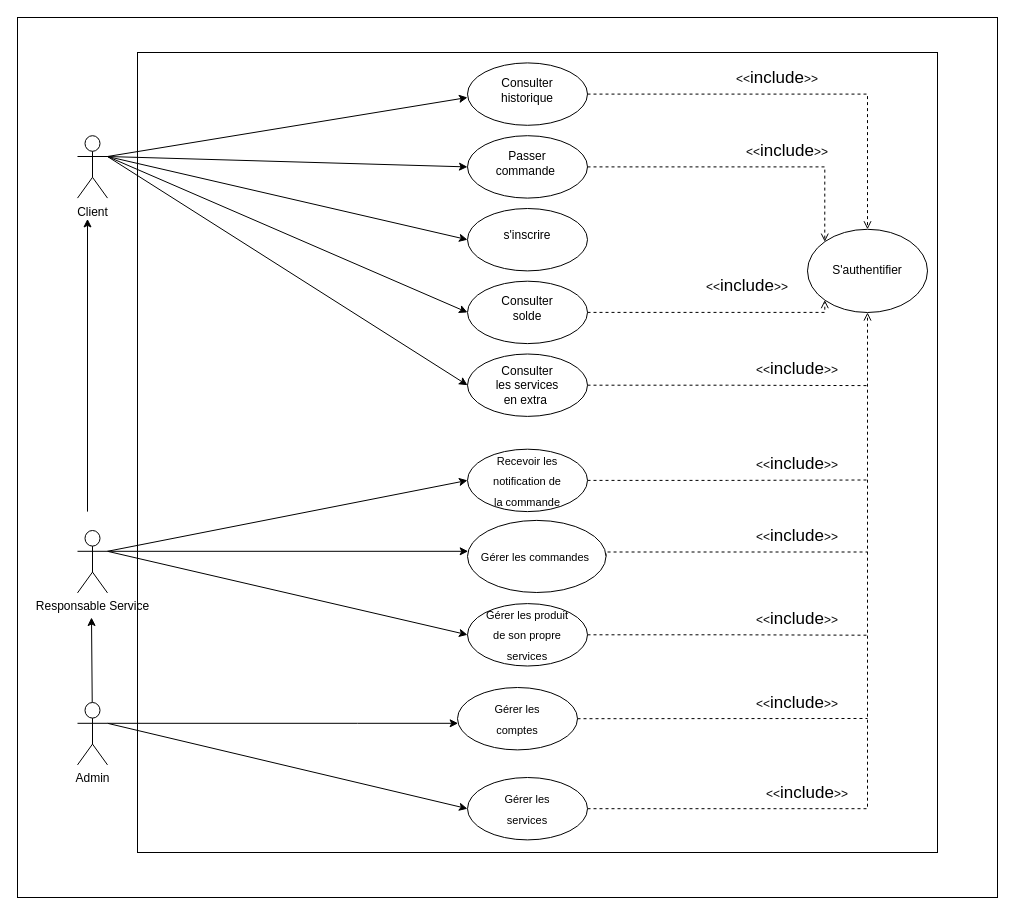
This is Diagramme sans nom.drawio from labidimahdi/diagrams, a draw.io file, before an edit. Source tidied: cells renumbered, new cells numbered last; positions are measured from the earlier drawing's top-left corner, leaving out a move shared by most shapes. Both pictures are drawn from the tidied source at 100%, with x=0, y=0 at pixel (17, 17).
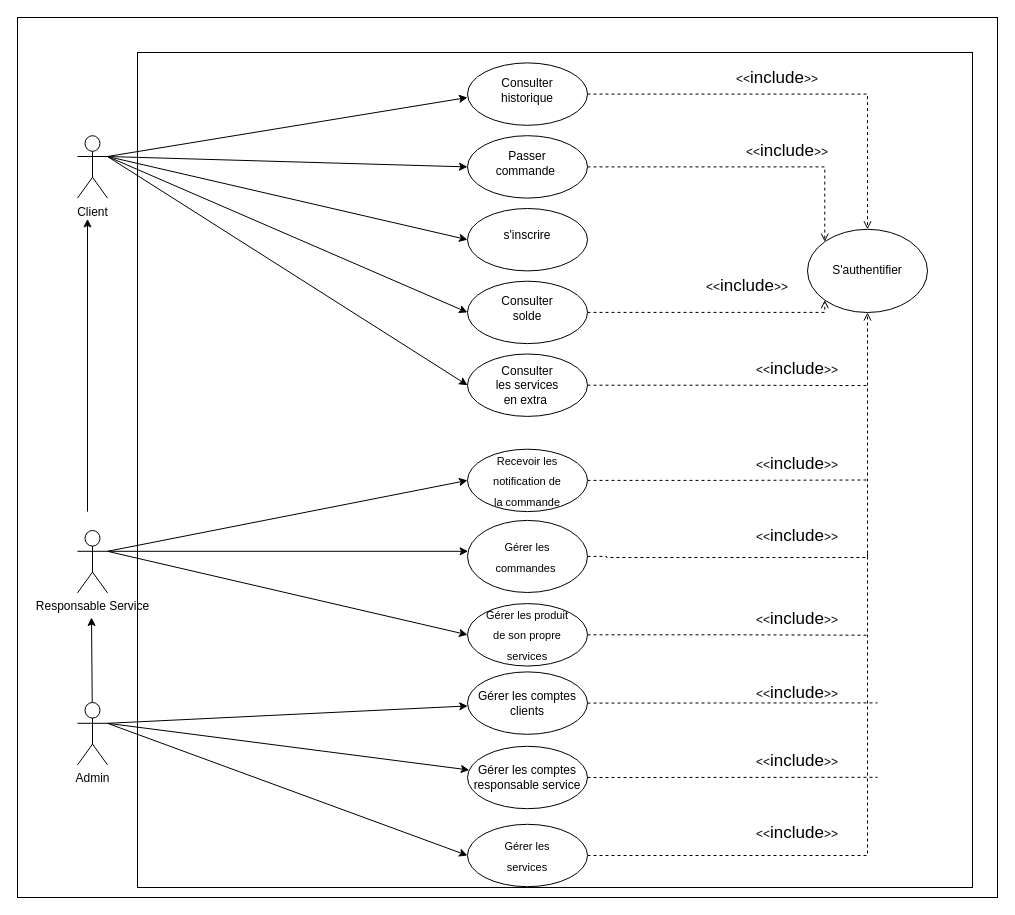
Above is the later version.

Commit message:
Mettre à jour Diagramme sans nom.drawio

The change refers to these unchanged cells:
```xml
<mxCell id="75" value="Admin" style="shape=umlActor;verticalLabelPosition=bottom;verticalAlign=top;html=1;outlineConnect=0;fontSize=12;" parent="1" vertex="1">
  <mxGeometry x="60" y="685" width="30" height="62.4" as="geometry" />
</mxCell>
```

Change to the diagram source:
```diff
@@
     <mxCell id="3" style="whiteSpace=wrap;html=1;" parent="1" vertex="1">
-      <mxGeometry x="120" y="35" width="800" height="800" as="geometry" />
+      <mxGeometry x="120" y="35" width="835" height="835" as="geometry" />
     </mxCell>
@@
     <mxCell id="42" style="edgeStyle=orthogonalEdgeStyle;rounded=0;jettySize=auto;html=1;exitX=1;exitY=0.5;exitDx=0;exitDy=0;dashed=1;fontSize=12;endArrow=none;endFill=0;" parent="1" edge="1" source="60">
       <mxGeometry relative="1" as="geometry">
         <mxPoint x="850" y="534.5" as="targetPoint" />
         <Array as="points">
-          <mxPoint x="589" y="534" />
+          <mxPoint x="589" y="539" />
+          <mxPoint x="850" y="540" />
         </Array>
       </mxGeometry>
     </mxCell>
@@
     <mxCell id="55" value="&amp;lt;&amp;lt;&lt;font style=&quot;font-size: 17px;&quot;&gt;include&lt;/font&gt;&amp;gt;&amp;gt;" style="text;html=1;strokeColor=none;fillColor=none;align=center;verticalAlign=middle;whiteSpace=wrap;rounded=0;fontSize=12;" parent="1" vertex="1">
-      <mxGeometry x="750" y="670" width="60" height="31.2" as="geometry" />
+      <mxGeometry x="750" y="660" width="60" height="31.2" as="geometry" />
     </mxCell>
@@
     <mxCell id="59" style="group;" parent="1" vertex="1">
-      <mxGeometry x="450" y="502.9" width="150" height="72.1" as="geometry" />
+      <mxGeometry x="450" y="502.9" width="130" height="72.1" as="geometry" />
     </mxCell>
     <mxCell id="60" style="ellipse;whiteSpace=wrap;html=1;" parent="59" vertex="1">
-      <mxGeometry width="138.5" height="72.1" as="geometry" />
+      <mxGeometry width="120" height="72.1" as="geometry" />
     </mxCell>
     <mxCell id="61" value="&lt;font style=&quot;font-size: 11px;&quot;&gt;Gérer les commandes&amp;nbsp;&lt;/font&gt;" style="text;html=1;strokeColor=none;fillColor=none;align=center;verticalAlign=middle;whiteSpace=wrap;rounded=0;fontSize=17;" parent="59" vertex="1">
-      <mxGeometry x="11.5" y="18" width="115.4" height="36.1" as="geometry" />
+      <mxGeometry x="10" y="18" width="100" height="36.1" as="geometry" />
     </mxCell>
@@
-    <mxCell id="68" style="edgeStyle=orthogonalEdgeStyle;rounded=0;jettySize=auto;html=1;exitX=1;exitY=0.3333333333333333;exitDx=0;exitDy=0;exitPerimeter=0;fontSize=12;" parent="1" edge="1" source="75" target="70">
-      <mxGeometry relative="1" as="geometry">
-        <Array as="points">
-          <mxPoint x="340" y="706" />
-          <mxPoint x="340" y="706" />
-        </Array>
-      </mxGeometry>
+    <mxCell id="68" style="rounded=0;jettySize=auto;html=1;exitX=1;exitY=0.3333333333333333;exitDx=0;exitDy=0;exitPerimeter=0;fontSize=12;" parent="1" edge="1" source="75" target="70">
+      <mxGeometry relative="1" as="geometry" />
     </mxCell>
     <mxCell id="69" style="group;" parent="1" vertex="1">
-      <mxGeometry x="440" y="670" width="120" height="62.4" as="geometry" />
+      <mxGeometry x="450" y="654.4" width="120" height="62.4" as="geometry" />
     </mxCell>
-    <mxCell id="70" style="ellipse;whiteSpace=wrap;html=1;" parent="69" vertex="1">
+    <mxCell id="70" value="Gérer les comptes&lt;br&gt;clients" style="ellipse;whiteSpace=wrap;html=1;" parent="69" vertex="1">
       <mxGeometry width="120" height="62.4" as="geometry" />
     </mxCell>
-    <mxCell id="71" style="edgeStyle=none;rounded=0;jettySize=auto;html=1;exitX=1;exitY=0.5;exitDx=0;exitDy=0;dashed=1;endArrow=none;endFill=0;" parent="69" edge="1" source="72">
+    <mxCell id="71" style="edgeStyle=none;rounded=0;orthogonalLoop=1;jettySize=auto;html=1;exitX=1;exitY=0.5;exitDx=0;exitDy=0;dashed=1;endArrow=none;endFill=0;" parent="69" edge="1">
       <mxGeometry relative="1" as="geometry">
+        <mxPoint x="120" y="31.2" as="sourcePoint" />
         <mxPoint x="410" y="31" as="targetPoint" />
       </mxGeometry>
     </mxCell>
-    <mxCell id="72" style="group;" parent="69" vertex="1">
-      <mxGeometry width="120" height="62.4" as="geometry" />
-    </mxCell>
-    <mxCell id="73" value="&lt;font style=&quot;font-size: 11px;&quot;&gt;Gérer les comptes&lt;/font&gt;" style="text;html=1;strokeColor=none;fillColor=none;align=center;verticalAlign=middle;whiteSpace=wrap;rounded=0;fontSize=17;" parent="72" vertex="1">
-      <mxGeometry x="30" y="15.6" width="60" height="31.2" as="geometry" />
-    </mxCell>
@@
+    <mxCell id="78" value="&amp;lt;&amp;lt;&lt;font style=&quot;font-size: 17px;&quot;&gt;include&lt;/font&gt;&amp;gt;&amp;gt;" style="text;html=1;strokeColor=none;fillColor=none;align=center;verticalAlign=middle;whiteSpace=wrap;rounded=0;fontSize=12;" parent="1" vertex="1">
+      <mxGeometry x="750" y="728.8" width="60" height="31.2" as="geometry" />
+    </mxCell>
+    <mxCell id="79" style="group;" parent="1" vertex="1">
+      <mxGeometry x="450" y="806.8" width="120" height="62.4" as="geometry" />
+    </mxCell>
-    <mxCell id="76" style="ellipse;whiteSpace=wrap;html=1;" parent="1" vertex="1">
-      <mxGeometry x="450" y="760" width="120" height="62.4" as="geometry" />
+    <mxCell id="76" style="ellipse;whiteSpace=wrap;html=1;" parent="79" vertex="1">
+      <mxGeometry width="120" height="62.4" as="geometry" />
     </mxCell>
-    <mxCell id="77" value="&lt;font style=&quot;font-size: 11px;&quot;&gt;Gérer les services&lt;/font&gt;" style="text;html=1;strokeColor=none;fillColor=none;align=center;verticalAlign=middle;whiteSpace=wrap;rounded=0;fontSize=17;" parent="1" vertex="1">
-      <mxGeometry x="480" y="775.6" width="60" height="31.2" as="geometry" />
+    <mxCell id="77" value="&lt;font style=&quot;font-size: 11px;&quot;&gt;Gérer les services&lt;/font&gt;" style="text;html=1;strokeColor=none;fillColor=none;align=center;verticalAlign=middle;whiteSpace=wrap;rounded=0;fontSize=17;" parent="79" vertex="1">
+      <mxGeometry x="30" y="15.6" width="60" height="31.2" as="geometry" />
     </mxCell>
-    <mxCell id="78" value="&amp;lt;&amp;lt;&lt;font style=&quot;font-size: 17px;&quot;&gt;include&lt;/font&gt;&amp;gt;&amp;gt;" style="text;html=1;strokeColor=none;fillColor=none;align=center;verticalAlign=middle;whiteSpace=wrap;rounded=0;fontSize=12;" parent="1" vertex="1">
-      <mxGeometry x="760" y="760" width="60" height="31.2" as="geometry" />
-    </mxCell>
+    <mxCell id="80" style="rounded=0;jettySize=auto;html=1;exitX=1;exitY=0.3333333333333333;exitDx=0;exitDy=0;exitPerimeter=0;fontSize=12;" parent="1" edge="1" source="75" target="82">
+      <mxGeometry relative="1" as="geometry" />
+    </mxCell>
+    <mxCell id="81" style="group;" parent="1" vertex="1">
+      <mxGeometry x="450" y="728.8" width="120" height="62.4" as="geometry" />
+    </mxCell>
+    <mxCell id="82" value="Gérer les comptes responsable service" style="ellipse;whiteSpace=wrap;html=1;" parent="81" vertex="1">
+      <mxGeometry width="120" height="62.4" as="geometry" />
+    </mxCell>
+    <mxCell id="83" style="edgeStyle=none;rounded=0;orthogonalLoop=1;jettySize=auto;html=1;exitX=1;exitY=0.5;exitDx=0;exitDy=0;dashed=1;endArrow=none;endFill=0;" parent="81" edge="1">
+      <mxGeometry relative="1" as="geometry">
+        <mxPoint x="120" y="31.2" as="sourcePoint" />
+        <mxPoint x="410" y="31" as="targetPoint" />
+      </mxGeometry>
+    </mxCell>
+    <mxCell id="84" value="&amp;lt;&amp;lt;&lt;font style=&quot;font-size: 17px;&quot;&gt;include&lt;/font&gt;&amp;gt;&amp;gt;" style="text;html=1;strokeColor=none;fillColor=none;align=center;verticalAlign=middle;whiteSpace=wrap;rounded=0;fontSize=12;" parent="1" vertex="1">
+      <mxGeometry x="750" y="800" width="60" height="31.2" as="geometry" />
+    </mxCell>
```
